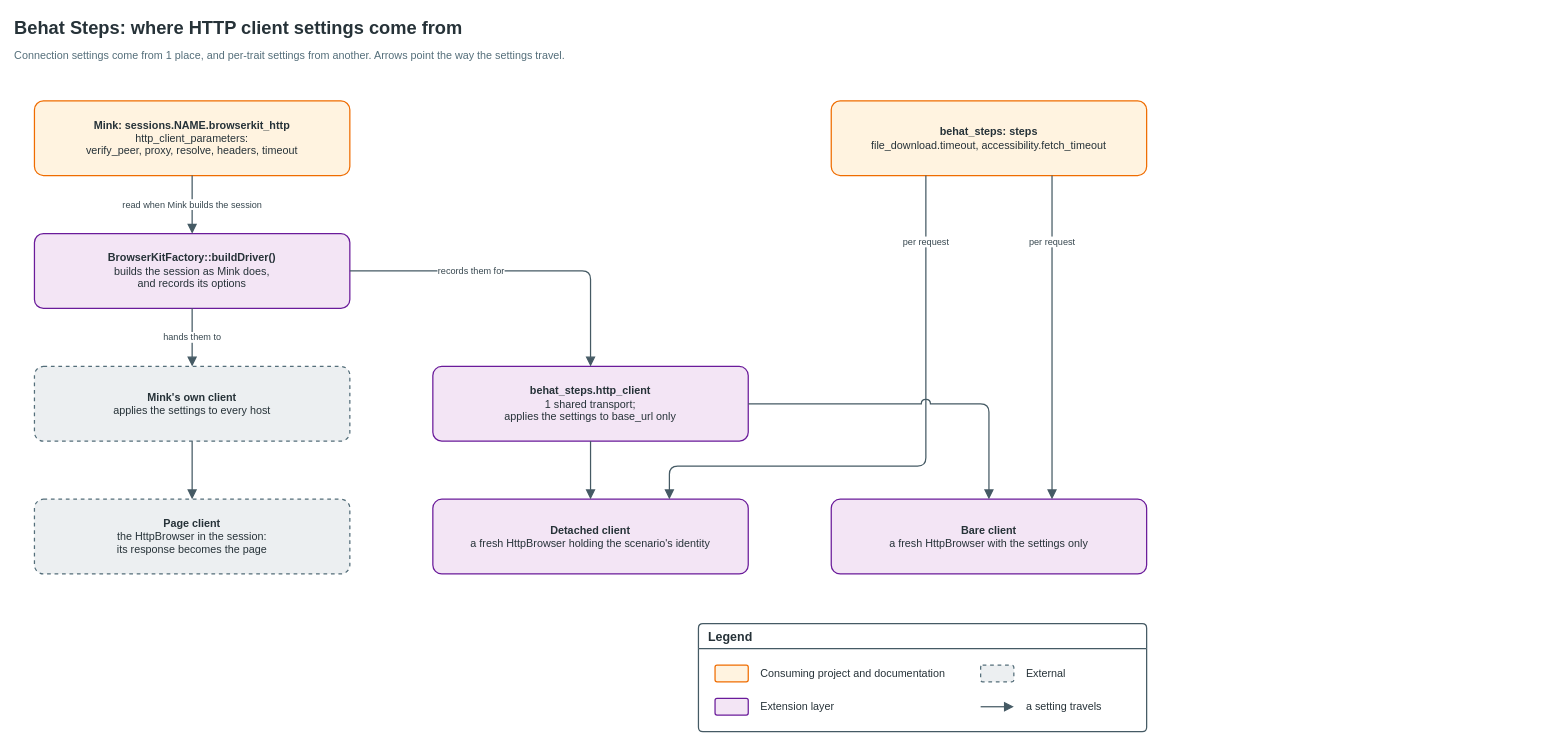
drevops/behat-steps keeps this draw.io diagram as docs/content/guides/http-client-settings.drawio. Above is the earlier version. Source tidied: cells renumbered, new cells numbered last; positions are measured from the earlier drawing's top-left corner, leaving out a move shared by most shapes. Both pictures are drawn from the tidied source at 83%, with x=0, y=0 at pixel (14, 14).
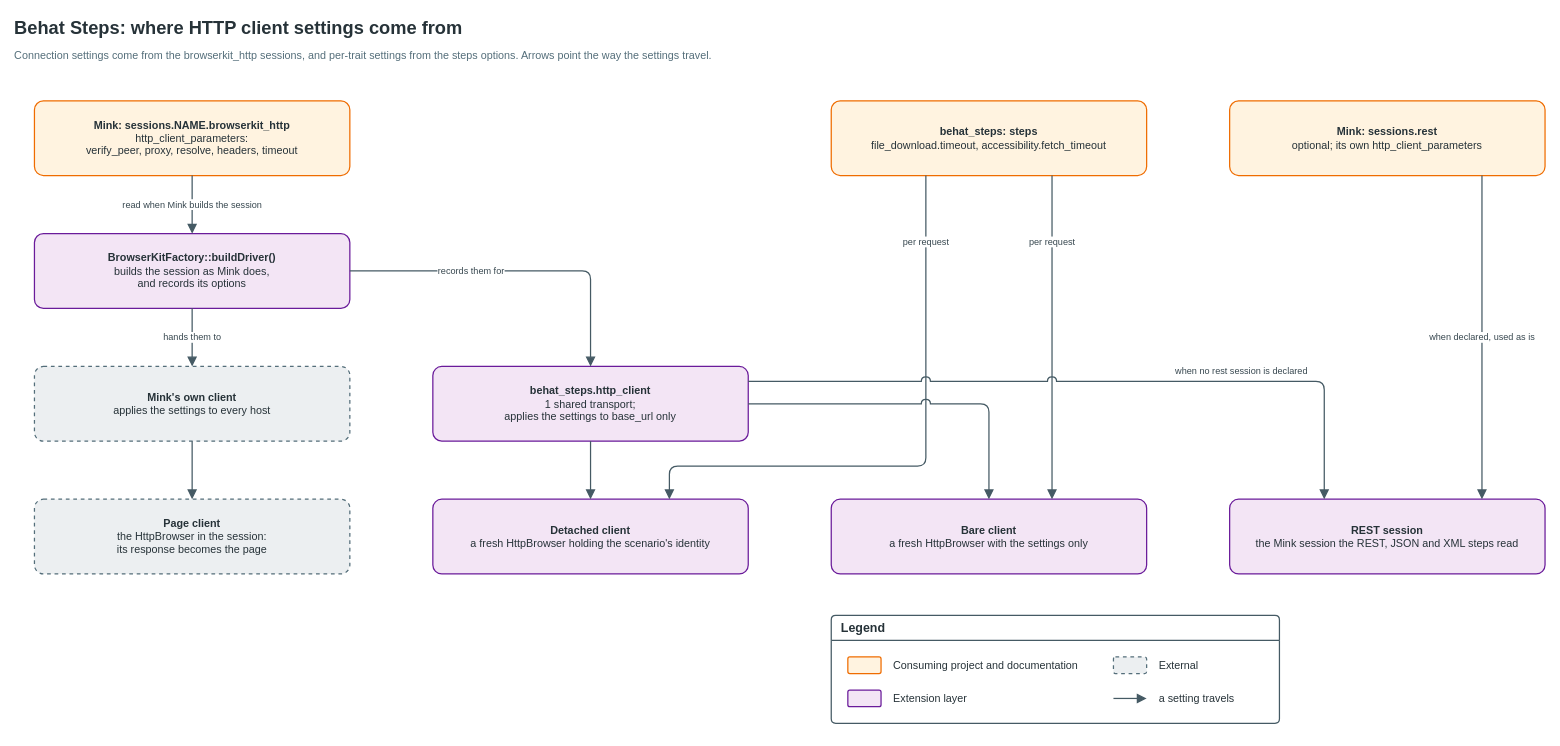
After the change.

The change refers to these unchanged cells:
```xml
<mxCell id="8" value="&lt;b&gt;behat_steps.http_client&lt;/b&gt;&lt;br&gt;1 shared transport;&lt;br&gt;applies the settings to base_url only" style="rounded=1;arcSize=12;whiteSpace=wrap;html=1;strokeWidth=1.5;fontFamily=Helvetica;fontSize=13;fontColor=#263238;spacing=8;fillColor=#F3E5F5;strokeColor=#6A1B9A;" parent="1" vertex="1">
  <mxGeometry x="504" y="424" width="380" height="90" as="geometry" />
</mxCell>
```

Diff of the diagram source:
```diff
@@
-    <mxCell id="3" value="Connection settings come from 1 place, and per-trait settings from another. Arrows point the way the settings travel." style="text;html=1;whiteSpace=nowrap;align=left;verticalAlign=middle;spacing=0;fontFamily=Helvetica;fontColor=#263238;fontSize=13;fontColor=#546E7A;" parent="1" vertex="1">
+    <mxCell id="3" value="Connection settings come from the browserkit_http sessions, and per-trait settings from the steps options. Arrows point the way the settings travel." style="text;html=1;whiteSpace=nowrap;align=left;verticalAlign=middle;spacing=0;fontFamily=Helvetica;fontColor=#263238;fontSize=13;fontColor=#546E7A;" parent="1" vertex="1">
       <mxGeometry y="38" width="1400" height="22" as="geometry" />
     </mxCell>
@@
+    <mxCell id="29" value="&lt;b&gt;Mink: sessions.rest&lt;/b&gt;&lt;br&gt;optional; its own http_client_parameters" style="rounded=1;arcSize=12;whiteSpace=wrap;html=1;strokeWidth=1.5;fontFamily=Helvetica;fontSize=13;fontColor=#263238;spacing=8;fillColor=#FFF3E0;strokeColor=#EF6C00;" parent="1" vertex="1">
+      <mxGeometry x="1464" y="104" width="380" height="90" as="geometry" />
+    </mxCell>
+    <mxCell id="30" value="&lt;b&gt;REST session&lt;/b&gt;&lt;br&gt;the Mink session the REST, JSON and XML steps read" style="rounded=1;arcSize=12;whiteSpace=wrap;html=1;strokeWidth=1.5;fontFamily=Helvetica;fontSize=13;fontColor=#263238;spacing=8;fillColor=#F3E5F5;strokeColor=#6A1B9A;" parent="1" vertex="1">
+      <mxGeometry x="1464" y="584" width="380" height="90" as="geometry" />
+    </mxCell>
     <mxCell id="12" value="Legend" style="swimlane;startSize=30;rounded=1;arcSize=6;html=1;whiteSpace=wrap;fontFamily=Helvetica;fontSize=15;fontStyle=1;fontColor=#263238;align=left;spacingLeft=10;strokeWidth=1.5;fillColor=#FFFFFF;swimlaneFillColor=#FFFFFF;strokeColor=#455A64;" parent="1" vertex="1">
-      <mxGeometry x="824" y="734" width="540" height="130" as="geometry" />
+      <mxGeometry x="984" y="724" width="540" height="130" as="geometry" />
     </mxCell>
@@
+    <mxCell id="31" value="when no rest session is declared" style="edgeStyle=orthogonalEdgeStyle;rounded=1;jettySize=auto;html=1;strokeColor=#455A64;strokeWidth=1.5;endArrow=block;endFill=1;endSize=8;fontFamily=Helvetica;fontSize=11;fontColor=#37474F;labelBackgroundColor=#ffffff;exitX=1;exitY=0.2;exitDx=0;exitDy=0;entryX=0.3;entryY=0;entryDx=0;entryDy=0;jumpStyle=arc;jumpSize=10;" parent="1" edge="1" source="8" target="30">
+      <mxGeometry x="0.42" relative="1" as="geometry">
+        <Array as="points">
+          <mxPoint x="1578" y="442" />
+        </Array>
+        <mxPoint y="-12" as="offset" />
+      </mxGeometry>
+    </mxCell>
+    <mxCell id="32" value="when declared, used as is" style="edgeStyle=orthogonalEdgeStyle;rounded=1;jettySize=auto;html=1;strokeColor=#455A64;strokeWidth=1.5;endArrow=block;endFill=1;endSize=8;fontFamily=Helvetica;fontSize=11;fontColor=#37474F;labelBackgroundColor=#ffffff;exitX=0.8;exitY=1;exitDx=0;exitDy=0;entryX=0.8;entryY=0;entryDx=0;entryDy=0;" parent="1" edge="1" source="29" target="30">
+      <mxGeometry relative="1" as="geometry" />
+    </mxCell>
```
